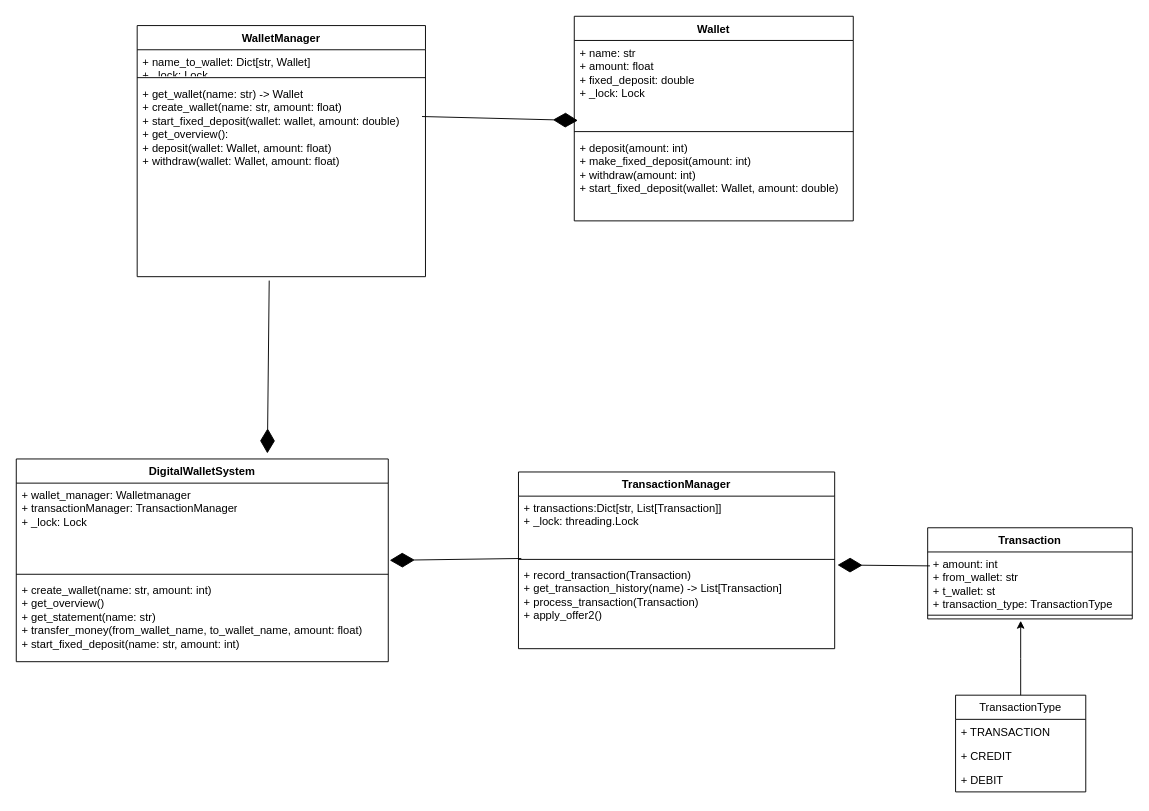
The draw.io diagram digital_wallet/digital_wallet.drawio in saikumar1752/lld_problems, before the edit. Source tidied: cells renumbered, new cells numbered last; positions are measured from the earlier drawing's top-left corner, leaving out a move shared by most shapes. Both pictures are drawn from the tidied source at 93%, with x=0, y=0 at pixel (16, 16).
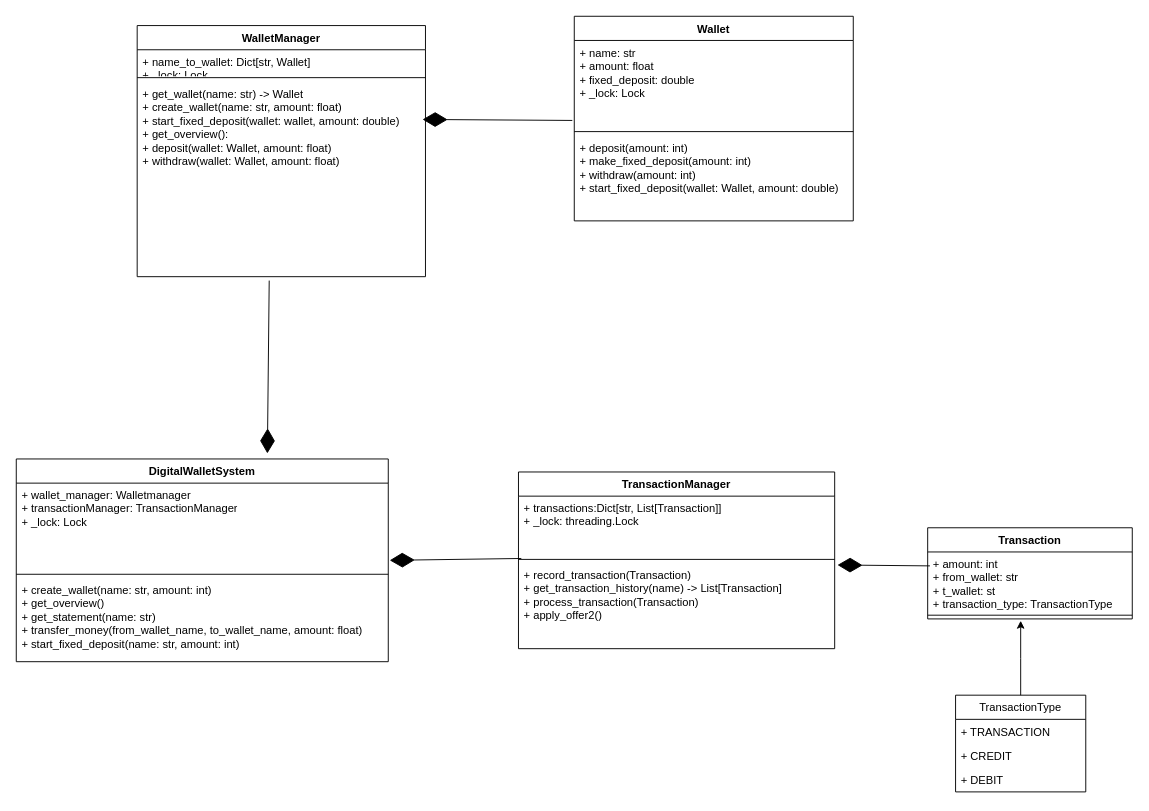
After the change.

Commit message (it also covers changes not shown here):
Fixed composition relation in digital wallet

Unchanged cells that the change refers to:
```xml
<mxCell id="3" value="+ name: str&lt;div&gt;+ amount: float&lt;/div&gt;&lt;div&gt;+ fixed_deposit: double&lt;/div&gt;&lt;div&gt;+ _lock: Lock&lt;/div&gt;" style="text;strokeColor=none;fillColor=none;align=left;verticalAlign=top;spacingLeft=4;spacingRight=4;overflow=hidden;points=[[0,0.5],[1,0.5]];portConstraint=eastwest;whiteSpace=wrap;html=1;" parent="2" vertex="1">
  <mxGeometry y="26" width="300" height="94" as="geometry" />
</mxCell>
<mxCell id="22" value="+ get_wallet(name: str) -&amp;gt; Wallet&lt;div&gt;+ create_wallet(name: str, amount: float)&lt;/div&gt;&lt;div&gt;+ start_fixed_deposit(wallet: wallet, amount: double)&lt;/div&gt;&lt;div&gt;+ get_overview():&lt;/div&gt;&lt;div&gt;+ deposit(wallet: Wallet, amount: float)&lt;/div&gt;&lt;div&gt;+ withdraw(wallet: Wallet, amount: float)&lt;/div&gt;" style="text;strokeColor=none;fillColor=none;align=left;verticalAlign=top;spacingLeft=4;spacingRight=4;overflow=hidden;points=[[0,0.5],[1,0.5]];portConstraint=eastwest;whiteSpace=wrap;html=1;" parent="19" vertex="1">
  <mxGeometry y="60" width="310" height="210" as="geometry" />
</mxCell>
```

Diff of the diagram source:
```diff
@@
-    <mxCell id="24" style="endArrow=diamondThin;endFill=1;endSize=24;html=1;rounded=0;exitX=0.988;exitY=0.18;exitDx=0;exitDy=0;exitPerimeter=0;entryX=0.013;entryY=0.915;entryDx=0;entryDy=0;entryPerimeter=0;" parent="1" edge="1" source="22" target="3">
-      <mxGeometry relative="1" as="geometry" />
-    </mxCell>
@@
+    <mxCell id="30" style="endArrow=diamondThin;endFill=1;endSize=24;html=1;rounded=0;exitX=-0.007;exitY=0.915;exitDx=0;exitDy=0;exitPerimeter=0;entryX=0.99;entryY=0.195;entryDx=0;entryDy=0;entryPerimeter=0;" parent="1" edge="1" source="3" target="22">
+      <mxGeometry relative="1" as="geometry" />
+    </mxCell>
```
